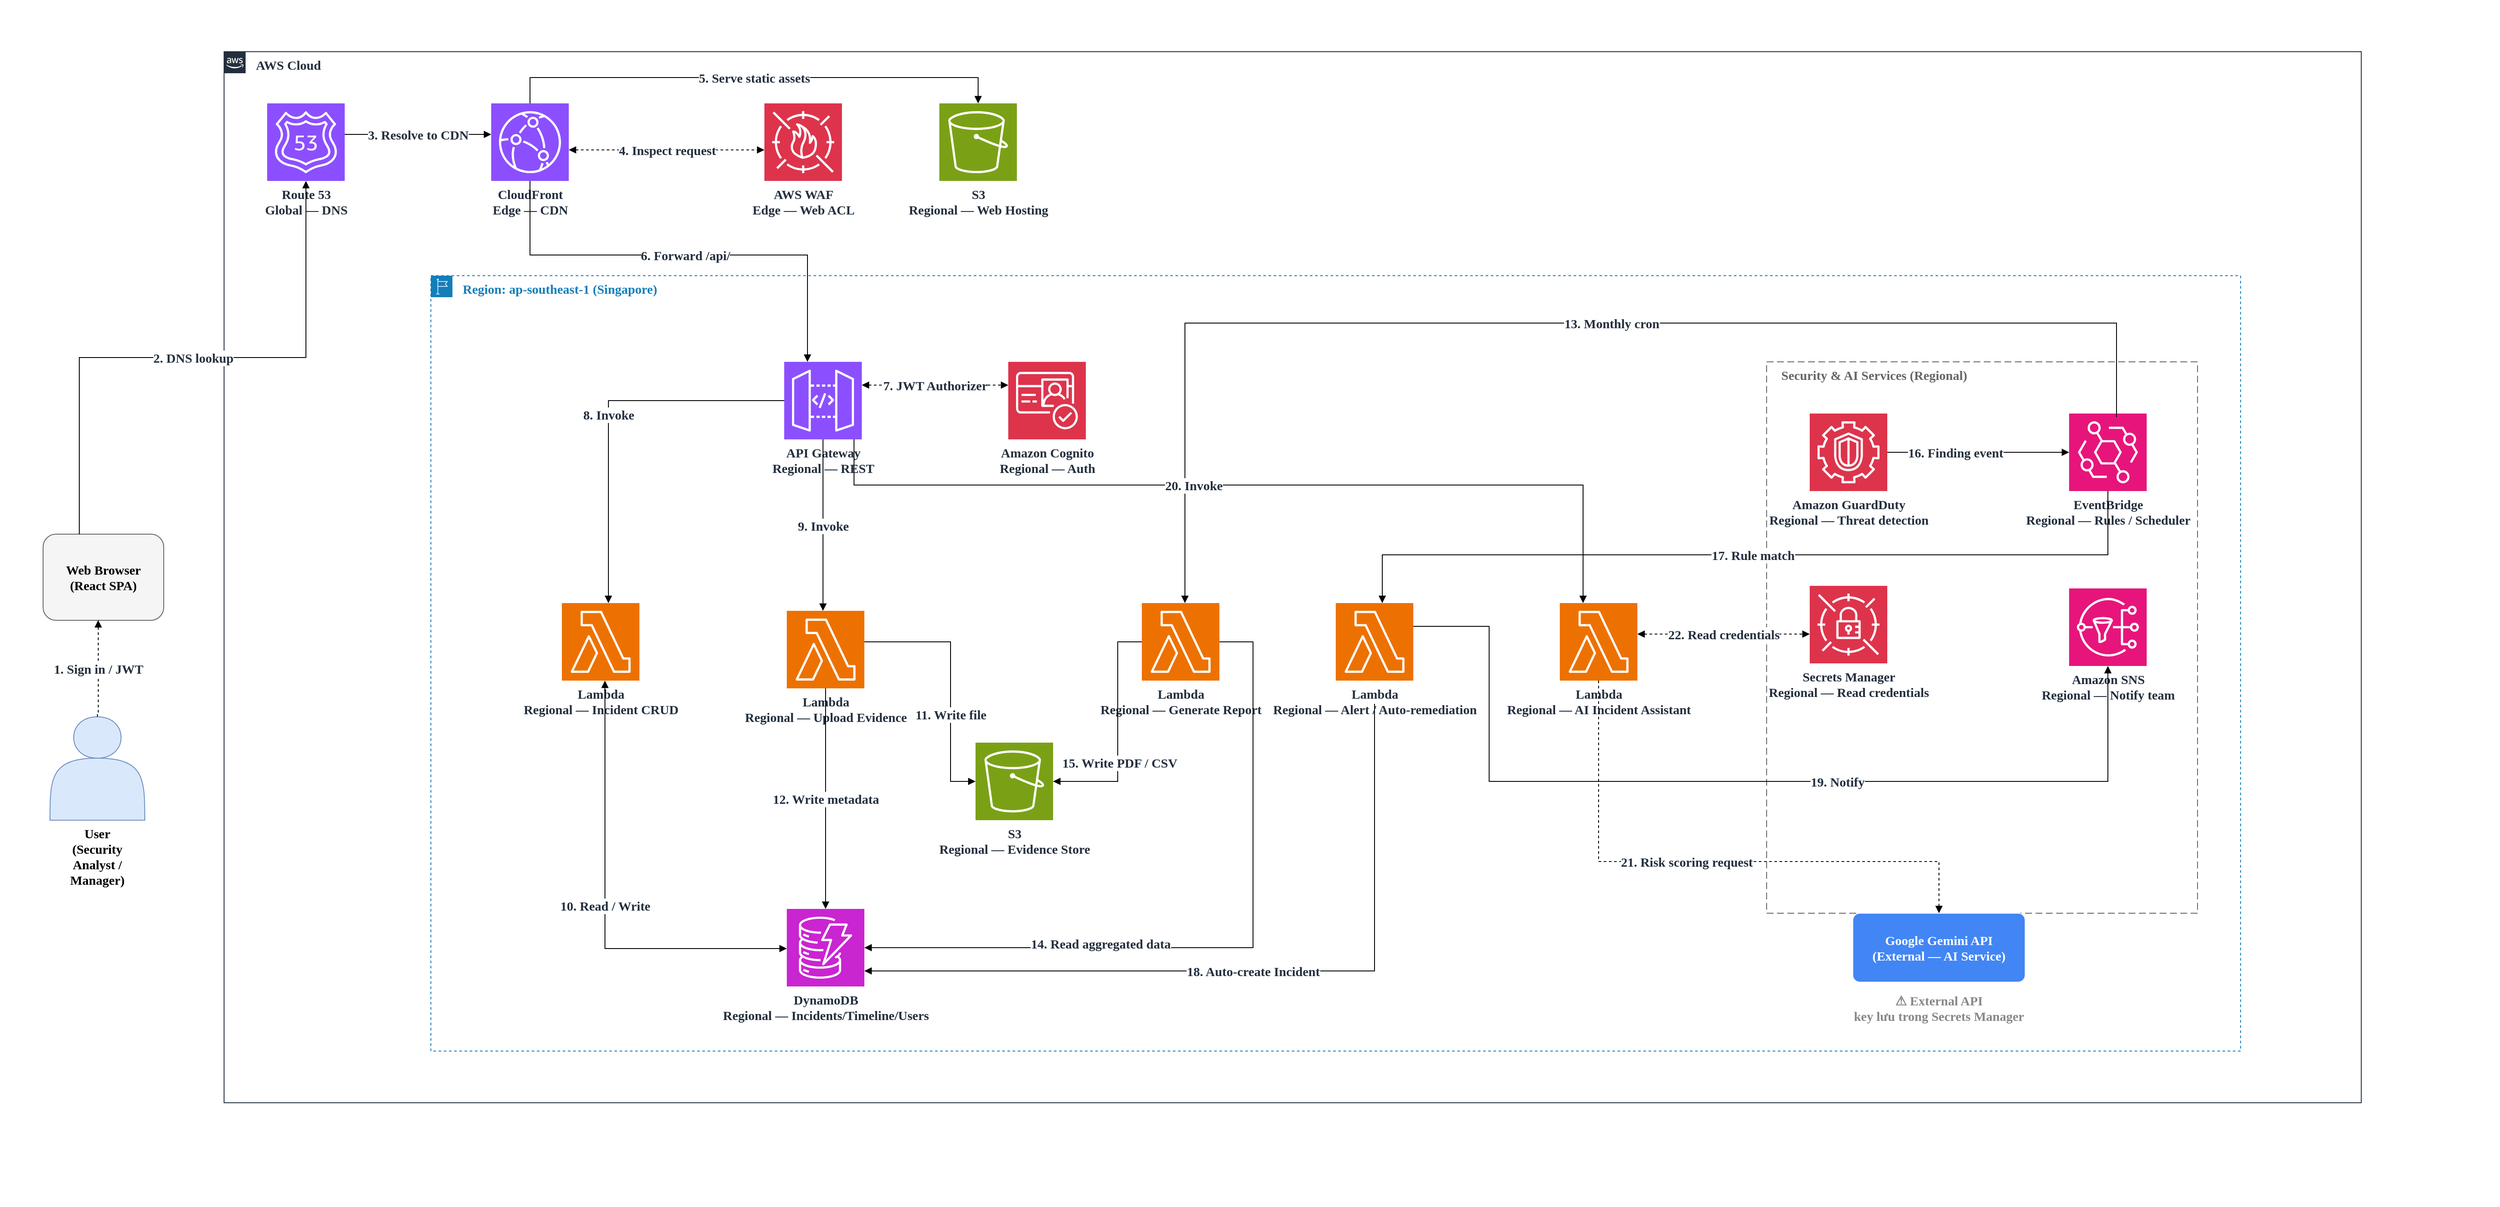
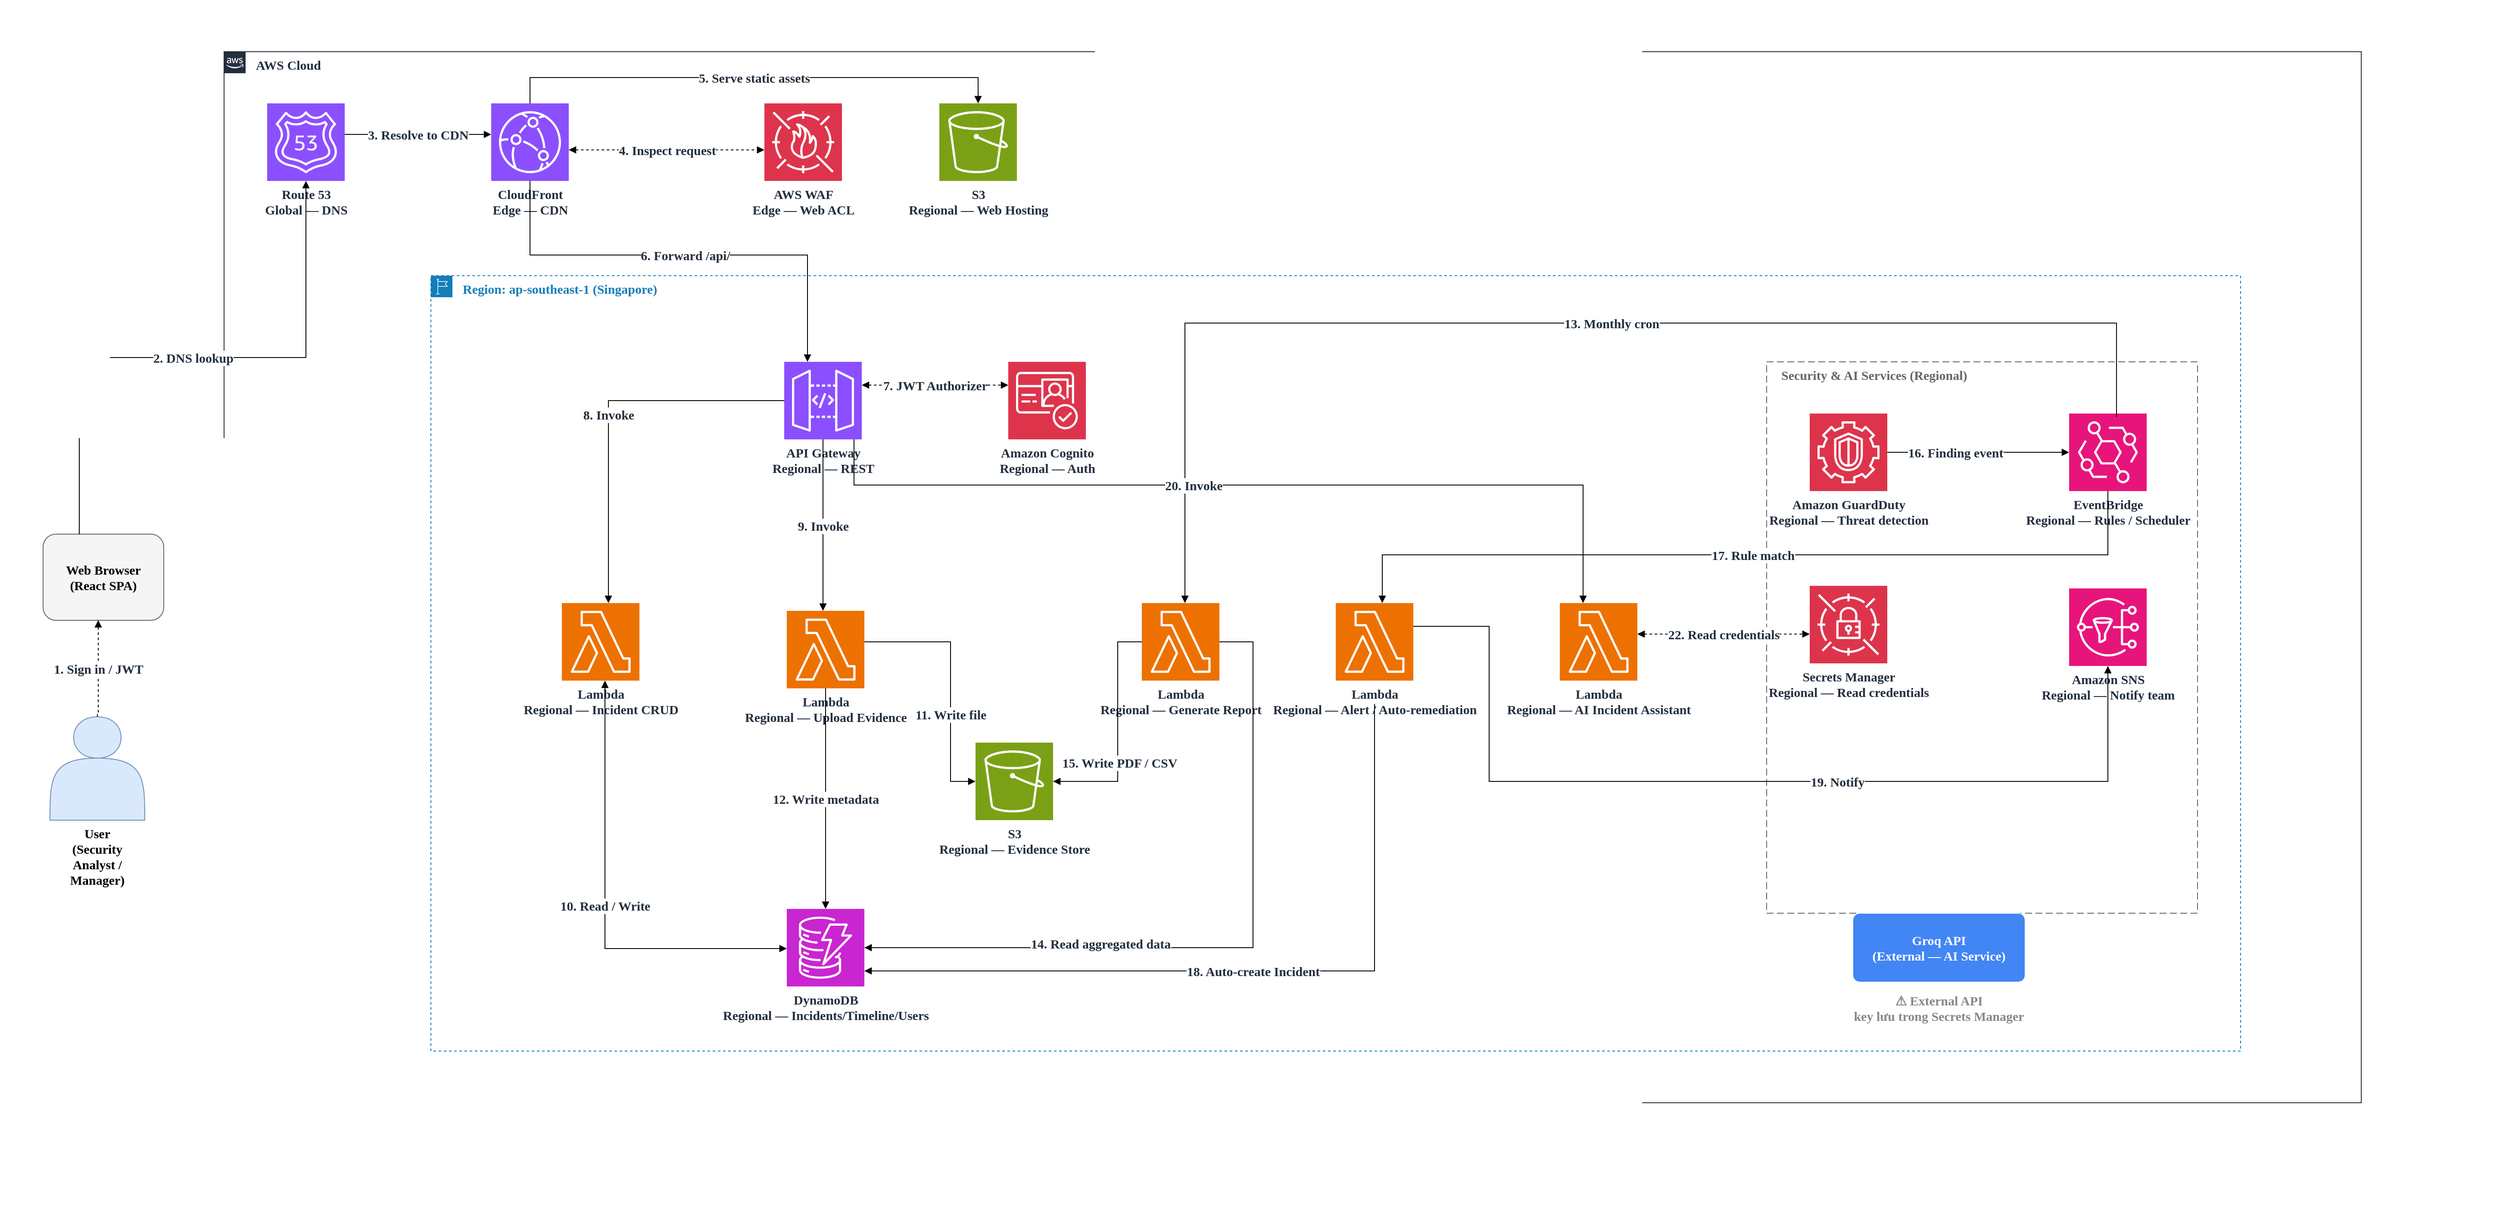
<mxfile host="app.diagrams.net" agent="Claude">
  <diagram name="IRMS Architecture" id="irms-arch-4">
    <mxGraphModel dx="1086" dy="600" grid="0" gridSize="10" guides="1" tooltips="1" connect="1" arrows="1" fold="1" page="1" pageScale="1" pageWidth="2900" pageHeight="1400" background="#FFFFFF" math="0" shadow="0">
      <root>
        <mxCell id="0" />
        <mxCell id="1" parent="0" />
        <mxCell id="bg" parent="1" style="rounded=0;whiteSpace=wrap;html=1;fillColor=#FFFFFF;strokeColor=none;fontSize=15;fontFamily=Times New Roman;fontStyle=1;labelBackgroundColor=none;labelBorderColor=none;textShadow=0;" value="" vertex="1">
          <mxGeometry height="1400" width="2900" as="geometry" />
        </mxCell>
        <mxCell id="awsCloud" parent="1" style="points=[[0,0],[0.25,0],[0.5,0],[0.75,0],[1,0],[1,0.25],[1,0.5],[1,0.75],[1,1],[0.75,1],[0.5,1],[0.25,1],[0,1],[0,0.75],[0,0.5],[0,0.25]];outlineConnect=0;gradientColor=none;html=1;whiteSpace=wrap;fontSize=15;fontStyle=1;container=1;pointerEvents=0;collapsible=0;recursiveResize=0;shape=mxgraph.aws4.group;grIcon=mxgraph.aws4.group_aws_cloud_alt;strokeColor=#232F3E;fillColor=none;verticalAlign=top;align=left;spacingLeft=35;fontColor=#232F3E;dashed=0;fontFamily=Times New Roman;" value="AWS Cloud" vertex="1">
          <mxGeometry height="1220" width="2480" x="260" y="60" as="geometry" />
        </mxCell>
        <mxCell id="waf" parent="awsCloud" style="sketch=0;outlineConnect=0;fontColor=#232F3E;gradientColor=none;fillColor=#DD344C;strokeColor=#ffffff;dashed=0;verticalLabelPosition=bottom;verticalAlign=top;align=center;html=1;fontSize=15;fontStyle=1;aspect=fixed;shape=mxgraph.aws4.resourceIcon;resIcon=mxgraph.aws4.waf;fontFamily=Times New Roman;" value="AWS WAF&#xa;Edge — Web ACL" vertex="1">
          <mxGeometry height="90" width="90" x="627" y="60" as="geometry" />
        </mxCell>
        <mxCell id="region" parent="1" style="points=[[0,0],[0.25,0],[0.5,0],[0.75,0],[1,0],[1,0.25],[1,0.5],[1,0.75],[1,1],[0.75,1],[0.5,1],[0.25,1],[0,1],[0,0.75],[0,0.5],[0,0.25]];outlineConnect=0;gradientColor=none;html=1;whiteSpace=wrap;fontSize=15;fontStyle=1;container=1;pointerEvents=0;collapsible=0;recursiveResize=0;shape=mxgraph.aws4.group;grIcon=mxgraph.aws4.group_region;strokeColor=#147EBA;fillColor=none;verticalAlign=top;align=left;spacingLeft=35;fontColor=#147EBA;dashed=1;fontFamily=Times New Roman;" value="Region: ap-southeast-1 (Singapore)&amp;nbsp;" vertex="1">
          <mxGeometry height="900" width="2100" x="500" y="320" as="geometry" />
        </mxCell>
        <mxCell id="lambdaReport" parent="region" style="sketch=0;outlineConnect=0;fontColor=#232F3E;gradientColor=none;fillColor=#ED7100;strokeColor=#ffffff;dashed=0;verticalLabelPosition=bottom;verticalAlign=top;align=center;html=1;fontSize=15;fontStyle=1;aspect=fixed;shape=mxgraph.aws4.resourceIcon;resIcon=mxgraph.aws4.lambda;fontFamily=Times New Roman;" value="Lambda&#xa;Regional — Generate Report" vertex="1">
          <mxGeometry height="90" width="90" x="825" y="380" as="geometry" />
        </mxCell>
        <mxCell id="s3evidence" parent="region" style="sketch=0;outlineConnect=0;fontColor=#232F3E;gradientColor=none;fillColor=#7AA116;strokeColor=#ffffff;dashed=0;verticalLabelPosition=bottom;verticalAlign=top;align=center;html=1;fontSize=15;fontStyle=1;aspect=fixed;shape=mxgraph.aws4.resourceIcon;resIcon=mxgraph.aws4.s3;fontFamily=Times New Roman;" value="S3&#xa;Regional — Evidence Store" vertex="1">
          <mxGeometry height="90" width="90" x="632" y="542" as="geometry" />
        </mxCell>
        <mxCell id="e15" edge="1" parent="region" source="lambdaReport" style="endArrow=block;html=1;fontSize=15;fontColor=#232F3E;labelBackgroundColor=#FFFFFF;edgeStyle=orthogonalEdgeStyle;rounded=0;fontFamily=Times New Roman;fontStyle=1" target="s3evidence" value="15. Write PDF / CSV">
          <mxGeometry relative="1" x="0.2679" y="2" as="geometry">
            <mxPoint as="offset" />
            <Array as="points">
              <mxPoint x="797" y="425" />
              <mxPoint x="797" y="587" />
            </Array>
          </mxGeometry>
        </mxCell>
        <mxCell id="dynamodb" parent="region" style="sketch=0;outlineConnect=0;fontColor=#232F3E;gradientColor=none;fillColor=#C925D1;strokeColor=#ffffff;dashed=0;verticalLabelPosition=bottom;verticalAlign=top;align=center;html=1;fontSize=15;fontStyle=1;aspect=fixed;shape=mxgraph.aws4.resourceIcon;resIcon=mxgraph.aws4.dynamodb;fontFamily=Times New Roman;" value="DynamoDB&#xa;Regional — Incidents/Timeline/Users" vertex="1">
          <mxGeometry height="90" width="90" x="413" y="735" as="geometry" />
        </mxCell>
        <mxCell id="e14" edge="1" parent="region" source="lambdaReport" style="endArrow=block;html=1;fontSize=15;fontColor=#232F3E;labelBackgroundColor=#FFFFFF;edgeStyle=orthogonalEdgeStyle;rounded=0;fontFamily=Times New Roman;fontStyle=1" target="dynamodb" value="14. Read aggregated data">
          <mxGeometry relative="1" x="0.3527" y="-5" as="geometry">
            <mxPoint as="offset" />
            <Array as="points">
              <mxPoint x="954" y="425" />
              <mxPoint x="954" y="780" />
            </Array>
          </mxGeometry>
        </mxCell>
        <mxCell id="e18" edge="1" parent="region" style="endArrow=block;html=1;fontSize=15;fontColor=#232F3E;labelBackgroundColor=#FFFFFF;edgeStyle=orthogonalEdgeStyle;rounded=0;exitX=0.5;exitY=1;exitDx=0;exitDy=0;fontFamily=Times New Roman;fontStyle=1" value="18. Auto-create Incident">
          <mxGeometry relative="1" as="geometry">
            <Array as="points">
              <mxPoint x="1095" y="807" />
            </Array>
            <mxPoint x="1095" y="497" as="sourcePoint" />
            <mxPoint x="503" y="807" as="targetPoint" />
          </mxGeometry>
        </mxCell>
        <mxCell id="secGroup" parent="1" style="rounded=0;whiteSpace=wrap;html=1;dashed=1;dashPattern=8 4;strokeColor=#666666;fillColor=none;verticalAlign=top;align=left;spacingLeft=15;fontColor=#666666;fontSize=15;fontFamily=Times New Roman;fontStyle=1" value="Security &amp;amp; AI Services (Regional)" vertex="1">
          <mxGeometry height="640" width="500" x="2050" y="420" as="geometry" />
        </mxCell>
        <mxCell id="user" parent="1" style="shape=actor;whiteSpace=wrap;html=1;fillColor=#dae8fc;strokeColor=#6c8ebf;fontSize=15;verticalLabelPosition=bottom;verticalAlign=top;fontFamily=Times New Roman;fontStyle=1" value="User&#xa;(Security Analyst / Manager)" vertex="1">
          <mxGeometry height="120" width="110" x="58" y="832" as="geometry" />
        </mxCell>
        <mxCell id="browser" parent="1" style="rounded=1;whiteSpace=wrap;html=1;fillColor=#f5f5f5;strokeColor=#666666;fontSize=15;fontFamily=Times New Roman;fontStyle=1" value="Web Browser&#xa;(React SPA)" vertex="1">
          <mxGeometry height="100" width="140" x="50" y="620" as="geometry" />
        </mxCell>
        <mxCell id="route53" parent="1" style="sketch=0;outlineConnect=0;fontColor=#232F3E;gradientColor=none;fillColor=#8C4FFF;strokeColor=#ffffff;dashed=0;verticalLabelPosition=bottom;verticalAlign=top;align=center;html=1;fontSize=15;fontStyle=1;aspect=fixed;shape=mxgraph.aws4.resourceIcon;resIcon=mxgraph.aws4.route_53;fontFamily=Times New Roman;" value="Route 53&#xa;Global — DNS" vertex="1">
          <mxGeometry height="90" width="90" x="310" y="120" as="geometry" />
        </mxCell>
        <mxCell id="cloudfront" parent="1" style="sketch=0;outlineConnect=0;fontColor=#232F3E;gradientColor=none;fillColor=#8C4FFF;strokeColor=#ffffff;dashed=0;verticalLabelPosition=bottom;verticalAlign=top;align=center;html=1;fontSize=15;fontStyle=1;aspect=fixed;shape=mxgraph.aws4.resourceIcon;resIcon=mxgraph.aws4.cloudfront;fontFamily=Times New Roman;" value="CloudFront&#xa;Edge — CDN" vertex="1">
          <mxGeometry height="90" width="90" x="570" y="120" as="geometry" />
        </mxCell>
        <mxCell id="s3web" parent="1" style="sketch=0;outlineConnect=0;fontColor=#232F3E;gradientColor=none;fillColor=#7AA116;strokeColor=#ffffff;dashed=0;verticalLabelPosition=bottom;verticalAlign=top;align=center;html=1;fontSize=15;fontStyle=1;aspect=fixed;shape=mxgraph.aws4.resourceIcon;resIcon=mxgraph.aws4.s3;fontFamily=Times New Roman;" value="S3&#xa;Regional — Web Hosting" vertex="1">
          <mxGeometry height="90" width="90" x="1090" y="120" as="geometry" />
        </mxCell>
        <mxCell id="apigw" parent="1" style="sketch=0;outlineConnect=0;fontColor=#232F3E;gradientColor=none;fillColor=#8C4FFF;strokeColor=#ffffff;dashed=0;verticalLabelPosition=bottom;verticalAlign=top;align=center;html=1;fontSize=15;fontStyle=1;aspect=fixed;shape=mxgraph.aws4.resourceIcon;resIcon=mxgraph.aws4.api_gateway;fontFamily=Times New Roman;" value="API Gateway&#xa;Regional — REST" vertex="1">
          <mxGeometry height="90" width="90" x="910" y="420" as="geometry" />
        </mxCell>
        <mxCell id="cognito" parent="1" style="sketch=0;outlineConnect=0;fontColor=#232F3E;gradientColor=none;fillColor=#DD344C;strokeColor=#ffffff;dashed=0;verticalLabelPosition=bottom;verticalAlign=top;align=center;html=1;fontSize=15;fontStyle=1;aspect=fixed;shape=mxgraph.aws4.resourceIcon;resIcon=mxgraph.aws4.cognito;fontFamily=Times New Roman;" value="Amazon Cognito&#xa;Regional — Auth" vertex="1">
          <mxGeometry height="90" width="90" x="1170" y="420" as="geometry" />
        </mxCell>
        <mxCell id="lambdaIncident" parent="1" style="sketch=0;outlineConnect=0;fontColor=#232F3E;gradientColor=none;fillColor=#ED7100;strokeColor=#ffffff;dashed=0;verticalLabelPosition=bottom;verticalAlign=top;align=center;html=1;fontSize=15;fontStyle=1;aspect=fixed;shape=mxgraph.aws4.resourceIcon;resIcon=mxgraph.aws4.lambda;fontFamily=Times New Roman;" value="Lambda&#xa;Regional — Incident CRUD" vertex="1">
          <mxGeometry height="90" width="90" x="652" y="700" as="geometry" />
        </mxCell>
        <mxCell id="lambdaEvidence" parent="1" style="sketch=0;outlineConnect=0;fontColor=#232F3E;gradientColor=none;fillColor=#ED7100;strokeColor=#ffffff;dashed=0;verticalLabelPosition=bottom;verticalAlign=top;align=center;html=1;fontSize=15;fontStyle=1;aspect=fixed;shape=mxgraph.aws4.resourceIcon;resIcon=mxgraph.aws4.lambda;fontFamily=Times New Roman;" value="Lambda&#xa;Regional — Upload Evidence" vertex="1">
          <mxGeometry height="90" width="90" x="913" y="709" as="geometry" />
        </mxCell>
        <mxCell id="lambdaAlert" parent="1" style="sketch=0;outlineConnect=0;fontColor=#232F3E;gradientColor=none;fillColor=#ED7100;strokeColor=#ffffff;dashed=0;verticalLabelPosition=bottom;verticalAlign=top;align=center;html=1;fontSize=15;fontStyle=1;aspect=fixed;shape=mxgraph.aws4.resourceIcon;resIcon=mxgraph.aws4.lambda;fontFamily=Times New Roman;" value="Lambda&#xa;Regional — Alert / Auto-remediation" vertex="1">
          <mxGeometry height="90" width="90" x="1550" y="700" as="geometry" />
        </mxCell>
        <mxCell id="lambdaAI" parent="1" style="sketch=0;outlineConnect=0;fontColor=#232F3E;gradientColor=none;fillColor=#ED7100;strokeColor=#ffffff;dashed=0;verticalLabelPosition=bottom;verticalAlign=top;align=center;html=1;fontSize=15;fontStyle=1;aspect=fixed;shape=mxgraph.aws4.resourceIcon;resIcon=mxgraph.aws4.lambda;fontFamily=Times New Roman;" value="Lambda&#xa;Regional — AI Incident Assistant" vertex="1">
          <mxGeometry height="90" width="90" x="1810" y="700" as="geometry" />
        </mxCell>
        <mxCell id="guardduty" parent="1" style="sketch=0;outlineConnect=0;fontColor=#232F3E;gradientColor=none;fillColor=#DD344C;strokeColor=#ffffff;dashed=0;verticalLabelPosition=bottom;verticalAlign=top;align=center;html=1;fontSize=15;fontStyle=1;aspect=fixed;shape=mxgraph.aws4.resourceIcon;resIcon=mxgraph.aws4.guardduty;fontFamily=Times New Roman;" value="Amazon GuardDuty&#xa;Regional — Threat detection" vertex="1">
          <mxGeometry height="90" width="90" x="2100" y="480" as="geometry" />
        </mxCell>
        <mxCell id="eventbridge" parent="1" style="sketch=0;outlineConnect=0;fontColor=#232F3E;gradientColor=none;fillColor=#E7157B;strokeColor=#ffffff;dashed=0;verticalLabelPosition=bottom;verticalAlign=top;align=center;html=1;fontSize=15;fontStyle=1;aspect=fixed;shape=mxgraph.aws4.resourceIcon;resIcon=mxgraph.aws4.eventbridge;fontFamily=Times New Roman;" value="EventBridge&#xa;Regional — Rules / Scheduler" vertex="1">
          <mxGeometry height="90" width="90" x="2401" y="480" as="geometry" />
        </mxCell>
        <mxCell id="secrets" parent="1" style="sketch=0;outlineConnect=0;fontColor=#232F3E;gradientColor=none;fillColor=#DD344C;strokeColor=#ffffff;dashed=0;verticalLabelPosition=bottom;verticalAlign=top;align=center;html=1;fontSize=15;fontStyle=1;aspect=fixed;shape=mxgraph.aws4.resourceIcon;resIcon=mxgraph.aws4.secrets_manager;fontFamily=Times New Roman;" value="Secrets Manager&#xa;Regional — Read credentials" vertex="1">
          <mxGeometry height="90" width="90" x="2100" y="680" as="geometry" />
        </mxCell>
        <mxCell id="sns" parent="1" style="sketch=0;outlineConnect=0;fontColor=#232F3E;gradientColor=none;fillColor=#E7157B;strokeColor=#ffffff;dashed=0;verticalLabelPosition=bottom;verticalAlign=top;align=center;html=1;fontSize=15;fontStyle=1;aspect=fixed;shape=mxgraph.aws4.resourceIcon;resIcon=mxgraph.aws4.sns;fontFamily=Times New Roman;" value="Amazon SNS&#xa;Regional — Notify team" vertex="1">
          <mxGeometry height="90" width="90" x="2401" y="683" as="geometry" />
        </mxCell>
        <mxCell id="e1" edge="1" parent="1" source="user" style="endArrow=block;html=1;dashed=1;fontSize=15;fontColor=#232F3E;labelBackgroundColor=#FFFFFF;edgeStyle=orthogonalEdgeStyle;rounded=0;exitX=0.5;exitY=0;exitDx=0;exitDy=0;entryX=0.451;entryY=0.998;entryDx=0;entryDy=0;fontFamily=Times New Roman;entryPerimeter=0;fontStyle=1" target="browser" value="1. Sign in / JWT">
          <mxGeometry relative="1" as="geometry">
            <Array as="points">
              <mxPoint x="113" y="828" />
              <mxPoint x="114" y="828" />
              <mxPoint x="114" y="720" />
            </Array>
          </mxGeometry>
        </mxCell>
        <mxCell id="e2" edge="1" parent="1" source="browser" style="endArrow=block;html=1;fontSize=15;fontColor=#232F3E;labelBackgroundColor=#FFFFFF;edgeStyle=orthogonalEdgeStyle;rounded=0;exitX=0.3;exitY=0;exitDx=0;exitDy=0;entryX=0.5;entryY=1;entryDx=0;entryDy=0;fontFamily=Times New Roman;fontStyle=1" target="route53" value="2. DNS lookup">
          <mxGeometry relative="1" as="geometry" />
        </mxCell>
        <mxCell id="e3" edge="1" parent="1" source="route53" style="endArrow=block;html=1;fontSize=15;fontColor=#232F3E;labelBackgroundColor=#FFFFFF;edgeStyle=orthogonalEdgeStyle;rounded=0;exitX=1;exitY=0.4;exitDx=0;exitDy=0;entryX=0;entryY=0.4;entryDx=0;entryDy=0;fontFamily=Times New Roman;fontStyle=1" target="cloudfront" value="3. Resolve to CDN">
          <mxGeometry relative="1" as="geometry" />
        </mxCell>
        <mxCell id="e4" edge="1" parent="1" source="cloudfront" style="endArrow=block;startArrow=block;html=1;dashed=1;fontSize=15;fontColor=#232F3E;labelBackgroundColor=#FFFFFF;edgeStyle=orthogonalEdgeStyle;rounded=0;exitX=1;exitY=0.6;exitDx=0;exitDy=0;entryX=0;entryY=0.6;entryDx=0;entryDy=0;fontFamily=Times New Roman;fontStyle=1" target="waf" value="4. Inspect request">
          <mxGeometry relative="1" as="geometry" />
        </mxCell>
        <mxCell id="e5" edge="1" parent="1" source="cloudfront" style="endArrow=block;html=1;fontSize=15;fontColor=#232F3E;labelBackgroundColor=#FFFFFF;edgeStyle=orthogonalEdgeStyle;rounded=0;exitX=0.5;exitY=0;exitDx=0;exitDy=0;entryX=0.5;entryY=0;entryDx=0;entryDy=0;fontFamily=Times New Roman;fontStyle=1" target="s3web" value="5. Serve static assets">
          <mxGeometry relative="1" as="geometry">
            <Array as="points">
              <mxPoint x="615" y="90" />
              <mxPoint x="1135" y="90" />
            </Array>
          </mxGeometry>
        </mxCell>
        <mxCell id="e6" edge="1" parent="1" source="cloudfront" style="endArrow=block;html=1;fontSize=15;fontColor=#232F3E;labelBackgroundColor=#FFFFFF;edgeStyle=orthogonalEdgeStyle;rounded=0;exitX=0.5;exitY=1;exitDx=0;exitDy=0;entryX=0.3;entryY=0;entryDx=0;entryDy=0;fontFamily=Times New Roman;fontStyle=1" target="apigw" value="6. Forward /api/">
          <mxGeometry relative="1" as="geometry">
            <Array as="points">
              <mxPoint x="615" y="296" />
              <mxPoint x="937" y="296" />
            </Array>
          </mxGeometry>
        </mxCell>
        <mxCell id="e7" edge="1" parent="1" source="apigw" style="endArrow=block;startArrow=block;html=1;dashed=1;fontSize=15;fontColor=#232F3E;labelBackgroundColor=#FFFFFF;edgeStyle=orthogonalEdgeStyle;rounded=0;exitX=1;exitY=0.3;exitDx=0;exitDy=0;entryX=0;entryY=0.3;entryDx=0;entryDy=0;fontFamily=Times New Roman;fontStyle=1" target="cognito" value="7. JWT Authorizer">
          <mxGeometry relative="1" as="geometry" />
        </mxCell>
        <mxCell id="e8" edge="1" parent="1" source="apigw" style="endArrow=block;html=1;fontSize=15;fontColor=#232F3E;labelBackgroundColor=#FFFFFF;edgeStyle=orthogonalEdgeStyle;rounded=0;entryX=0.6;entryY=0;entryDx=0;entryDy=0;fontFamily=Times New Roman;fontStyle=1" target="lambdaIncident" value="8. Invoke">
          <mxGeometry relative="1" as="geometry" />
        </mxCell>
        <mxCell id="e9" edge="1" parent="1" source="apigw" style="endArrow=block;html=1;fontSize=15;fontColor=#232F3E;labelBackgroundColor=#FFFFFF;edgeStyle=orthogonalEdgeStyle;rounded=0;exitX=0.5;exitY=1;exitDx=0;exitDy=0;fontFamily=Times New Roman;fontStyle=1" target="lambdaEvidence" value="9. Invoke">
          <mxGeometry relative="1" as="geometry">
            <Array as="points">
              <mxPoint x="955" y="727" />
            </Array>
          </mxGeometry>
        </mxCell>
        <mxCell id="e10" edge="1" parent="1" source="lambdaIncident" style="endArrow=block;startArrow=block;html=1;fontSize=15;fontColor=#232F3E;labelBackgroundColor=#FFFFFF;edgeStyle=orthogonalEdgeStyle;rounded=0;fontFamily=Times New Roman;fontStyle=1" target="dynamodb" value="10. Read / Write">
          <mxGeometry relative="1" as="geometry">
            <Array as="points">
              <mxPoint x="702" y="1101" />
            </Array>
          </mxGeometry>
        </mxCell>
        <mxCell id="e11" edge="1" parent="1" source="lambdaEvidence" style="endArrow=block;html=1;fontSize=15;fontColor=#232F3E;labelBackgroundColor=#FFFFFF;edgeStyle=orthogonalEdgeStyle;rounded=0;fontFamily=Times New Roman;fontStyle=1" target="s3evidence" value="11. Write file">
          <mxGeometry relative="1" x="0.2604" as="geometry">
            <mxPoint as="offset" />
            <Array as="points">
              <mxPoint x="1103" y="745" />
              <mxPoint x="1103" y="907" />
            </Array>
          </mxGeometry>
        </mxCell>
        <mxCell id="e12" edge="1" parent="1" source="lambdaEvidence" style="endArrow=block;html=1;fontSize=15;fontColor=#232F3E;labelBackgroundColor=#FFFFFF;edgeStyle=orthogonalEdgeStyle;rounded=0;exitX=0.5;exitY=1;exitDx=0;exitDy=0;entryX=0.5;entryY=0;entryDx=0;entryDy=0;fontFamily=Times New Roman;fontStyle=1" target="dynamodb" value="12. Write metadata">
          <mxGeometry relative="1" as="geometry" />
        </mxCell>
        <mxCell id="e13" edge="1" parent="1" style="endArrow=block;html=1;fontSize=15;fontColor=#232F3E;labelBackgroundColor=#FFFFFF;edgeStyle=orthogonalEdgeStyle;rounded=0;fontFamily=Times New Roman;fontStyle=1" target="lambdaReport" value="13. Monthly cron">
          <mxGeometry relative="1" x="-0.0816" as="geometry">
            <mxPoint as="offset" />
            <Array as="points">
              <mxPoint x="2456" y="375" />
              <mxPoint x="1375" y="375" />
            </Array>
            <mxPoint x="2455.9999999999995" y="484" as="sourcePoint" />
            <mxPoint x="1379" y="702" as="targetPoint" />
          </mxGeometry>
        </mxCell>
        <mxCell id="e16" edge="1" parent="1" source="guardduty" style="endArrow=block;html=1;fontSize=15;fontColor=#232F3E;labelBackgroundColor=#FFFFFF;edgeStyle=orthogonalEdgeStyle;rounded=0;exitX=1;exitY=0.5;exitDx=0;exitDy=0;fontFamily=Times New Roman;fontStyle=1" target="eventbridge" value="16. Finding event">
          <mxGeometry relative="1" x="-0.2538" as="geometry">
            <mxPoint as="offset" />
            <Array as="points">
              <mxPoint x="2458" y="525" />
            </Array>
          </mxGeometry>
        </mxCell>
        <mxCell id="e17" edge="1" parent="1" source="eventbridge" style="endArrow=block;html=1;fontSize=15;fontColor=#232F3E;labelBackgroundColor=#FFFFFF;edgeStyle=orthogonalEdgeStyle;rounded=0;entryX=0.6;entryY=0;entryDx=0;entryDy=0;fontFamily=Times New Roman;fontStyle=1" target="lambdaAlert" value="17. Rule match">
          <mxGeometry relative="1" as="geometry">
            <Array as="points">
              <mxPoint x="1604" y="644" />
            </Array>
          </mxGeometry>
        </mxCell>
        <mxCell id="e19" edge="1" parent="1" source="lambdaAlert" style="endArrow=block;html=1;fontSize=15;fontColor=#232F3E;labelBackgroundColor=#FFFFFF;edgeStyle=orthogonalEdgeStyle;rounded=0;exitX=1;exitY=0.3;exitDx=0;exitDy=0;fontFamily=Times New Roman;fontStyle=1" target="sns" value="19. Notify">
          <mxGeometry relative="1" x="0.2" as="geometry">
            <mxPoint as="offset" />
            <Array as="points">
              <mxPoint x="1728" y="727" />
              <mxPoint x="1728" y="907" />
            </Array>
          </mxGeometry>
        </mxCell>
        <mxCell id="e20" edge="1" parent="1" source="apigw" style="endArrow=block;html=1;fontSize=15;fontColor=#232F3E;labelBackgroundColor=#FFFFFF;edgeStyle=orthogonalEdgeStyle;rounded=0;exitX=0.9;exitY=1;exitDx=0;exitDy=0;entryX=0.3;entryY=0;entryDx=0;entryDy=0;fontFamily=Times New Roman;fontStyle=1" target="lambdaAI" value="20. Invoke">
          <mxGeometry relative="1" x="-0.137" as="geometry">
            <mxPoint as="offset" />
            <Array as="points">
              <mxPoint x="991" y="563" />
              <mxPoint x="1837" y="563" />
            </Array>
          </mxGeometry>
        </mxCell>
        <mxCell id="e22" edge="1" parent="1" source="lambdaAI" style="endArrow=block;startArrow=block;html=1;dashed=1;fontSize=15;fontColor=#232F3E;labelBackgroundColor=#FFFFFF;edgeStyle=orthogonalEdgeStyle;rounded=0;exitX=1;exitY=0.4;exitDx=0;exitDy=0;fontFamily=Times New Roman;fontStyle=1" target="secrets" value="22. Read credentials">
          <mxGeometry relative="1" as="geometry">
            <Array as="points">
              <mxPoint x="2082" y="736" />
              <mxPoint x="2082" y="736" />
            </Array>
          </mxGeometry>
        </mxCell>
-         <mxCell id="gemini" parent="1" style="rounded=1;arcSize=10;whiteSpace=wrap;html=1;fillColor=#4285F4;strokeColor=#ffffff;fontColor=#FFFFFF;fontSize=15;fontStyle=1;verticalAlign=middle;align=center;fontFamily=Times New Roman;" value="Google Gemini API&#xa;(External — AI Service)" vertex="1">
+         <mxCell id="groq" parent="1" style="rounded=1;arcSize=10;whiteSpace=wrap;html=1;fillColor=#4285F4;strokeColor=#ffffff;fontColor=#FFFFFF;fontSize=15;fontStyle=1;verticalAlign=middle;align=center;fontFamily=Times New Roman;" value="Groq API&#xa;(External — AI Service)" vertex="1">
          <mxGeometry height="80" width="200" x="2150" y="1060" as="geometry" />
        </mxCell>
        <mxCell id="geminiLabel" parent="1" style="text;html=1;align=center;verticalAlign=top;fontSize=15;fontColor=#888888;whiteSpace=wrap;fontFamily=Times New Roman;fontStyle=1" value="⚠ External API&#xa;key lưu trong Secrets Manager" vertex="1">
          <mxGeometry height="40" width="240" x="2130" y="1146" as="geometry" />
        </mxCell>
        <mxCell id="e21" edge="1" parent="1" source="lambdaAI" style="endArrow=block;html=1;fontSize=15;fontColor=#232F3E;labelBackgroundColor=#FFFFFF;edgeStyle=orthogonalEdgeStyle;rounded=0;dashed=1;exitX=0.5;exitY=1;exitDx=0;exitDy=0;entryX=0.5;entryY=0;entryDx=0;entryDy=0;fontFamily=Times New Roman;fontStyle=1" target="gemini" value="21. Risk scoring request">
          <mxGeometry relative="1" x="-0.0617" as="geometry">
            <mxPoint as="offset" />
            <Array as="points">
              <mxPoint x="1855" y="1000" />
              <mxPoint x="2250" y="1000" />
            </Array>
          </mxGeometry>
        </mxCell>
      </root>
    </mxGraphModel>
  </diagram>
</mxfile>
